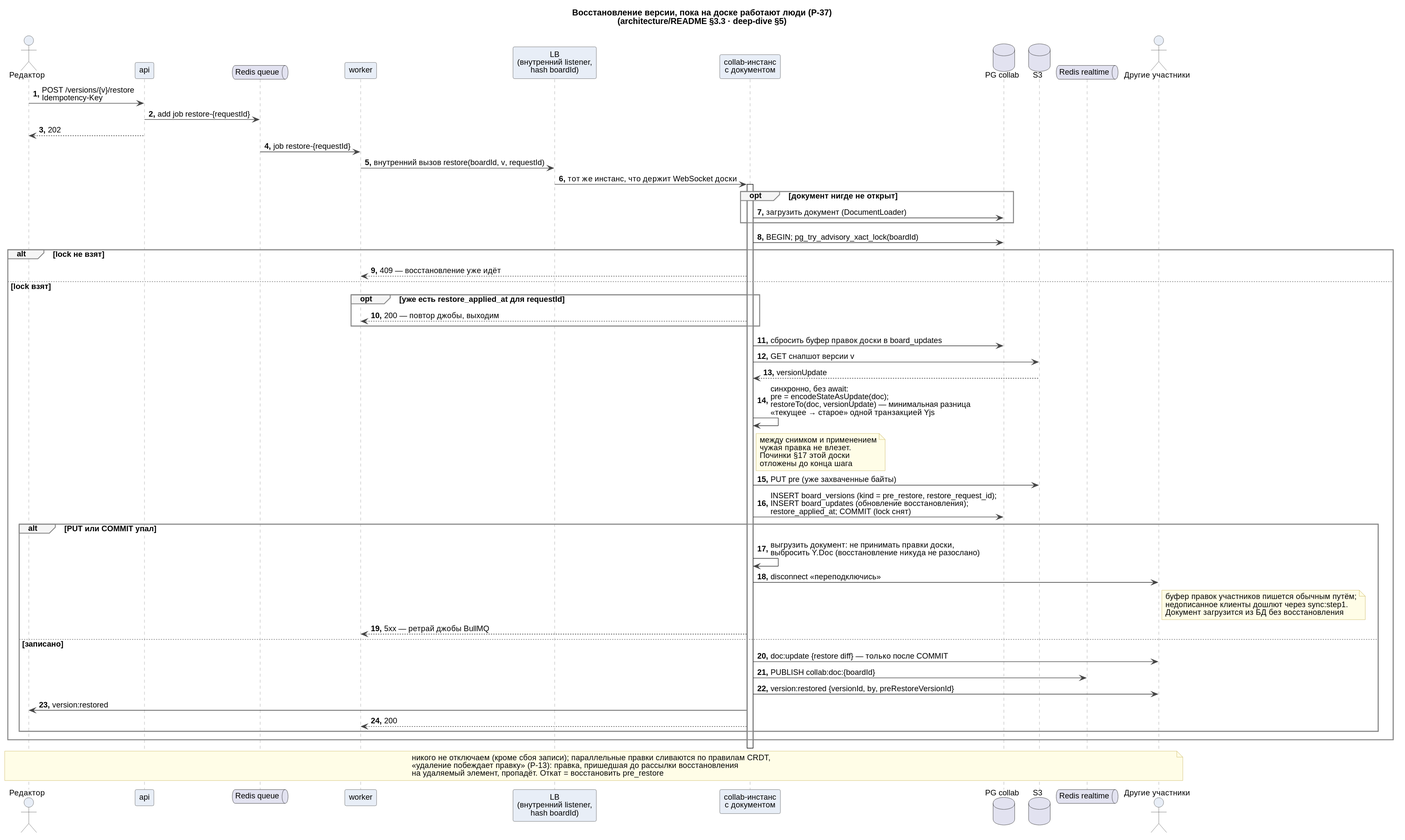
Before: docs/system-design/sequences/detailed/07-version-restore.svg, a diagram exported from PlantUML (fanera-team/fanera). Source of this version:
```plantuml
@startuml
!include ../_style.iuml
title Восстановление версии, пока на доске работают люди (Р-37)\n(architecture/README §3.3 · deep-dive §5)

actor "Редактор" as U
participant "api" as API
queue "Redis queue" as Q
participant "worker" as W
participant "LB\n(внутренний listener,\nhash boardId)" as LB
participant "collab-инстанс\nс документом" as COL
database "PG collab" as PG
database "S3" as S3
queue "Redis realtime" as R
actor "Другие участники" as O

U -> API : POST /versions/{v}/restore\nIdempotency-Key
API -> Q : add job restore-{requestId}
API --> U : 202

Q -> W : job restore-{requestId}
W -> LB : внутренний вызов restore(boardId, v, requestId)
LB -> COL : тот же инстанс, что держит WebSocket доски
activate COL
opt документ нигде не открыт
  COL -> PG : загрузить документ (DocumentLoader)
end
COL -> PG : BEGIN; pg_try_advisory_xact_lock(boardId)
alt lock не взят
  COL --> W : 409 — восстановление уже идёт
else lock взят
  opt уже есть restore_applied_at для requestId
    COL --> W : 200 — повтор джобы, выходим
  end
  COL -> PG : сбросить буфер правок доски в board_updates
  COL -> S3 : GET снапшот версии v
  S3 --> COL : versionUpdate
  COL -> COL : синхронно, без await:\npre = encodeStateAsUpdate(doc);\nrestoreTo(doc, versionUpdate) — минимальная разница\n«текущее → старое» одной транзакцией Yjs
  note right of COL : между снимком и применением\nчужая правка не влезет.\nПочинки §17 этой доски\nотложены до конца шага
  COL -> S3 : PUT pre (уже захваченные байты)
  COL -> PG : INSERT board_versions (kind = pre_restore, restore_request_id);\nINSERT board_updates (обновление восстановления);\nrestore_applied_at; COMMIT (lock снят)
  alt PUT или COMMIT упал
    COL -> COL : выгрузить документ: не принимать правки доски,\nвыбросить Y.Doc (восстановление никуда не разослано)
    COL -> O : disconnect «переподключись»
    note right of O : буфер правок участников пишется обычным путём;\nнедописанное клиенты дошлют через sync:step1.\nДокумент загрузится из БД без восстановления
    COL --> W : 5xx — ретрай джобы BullMQ
  else записано
    COL -> O : doc:update {restore diff} — только после COMMIT
    COL -> R : PUBLISH collab:doc:{boardId}
    COL -> O : version:restored {versionId, by, preRestoreVersionId}
    COL -> U : version:restored
    COL --> W : 200
  end
end
deactivate COL
note over U, O : никого не отключаем (кроме сбоя записи); параллельные правки сливаются по правилам CRDT,\n«удаление побеждает правку» (Р-13): правка, пришедшая до рассылки восстановления\nна удаляемый элемент, пропадёт. Откат = восстановить pre_restore
@enduml
```
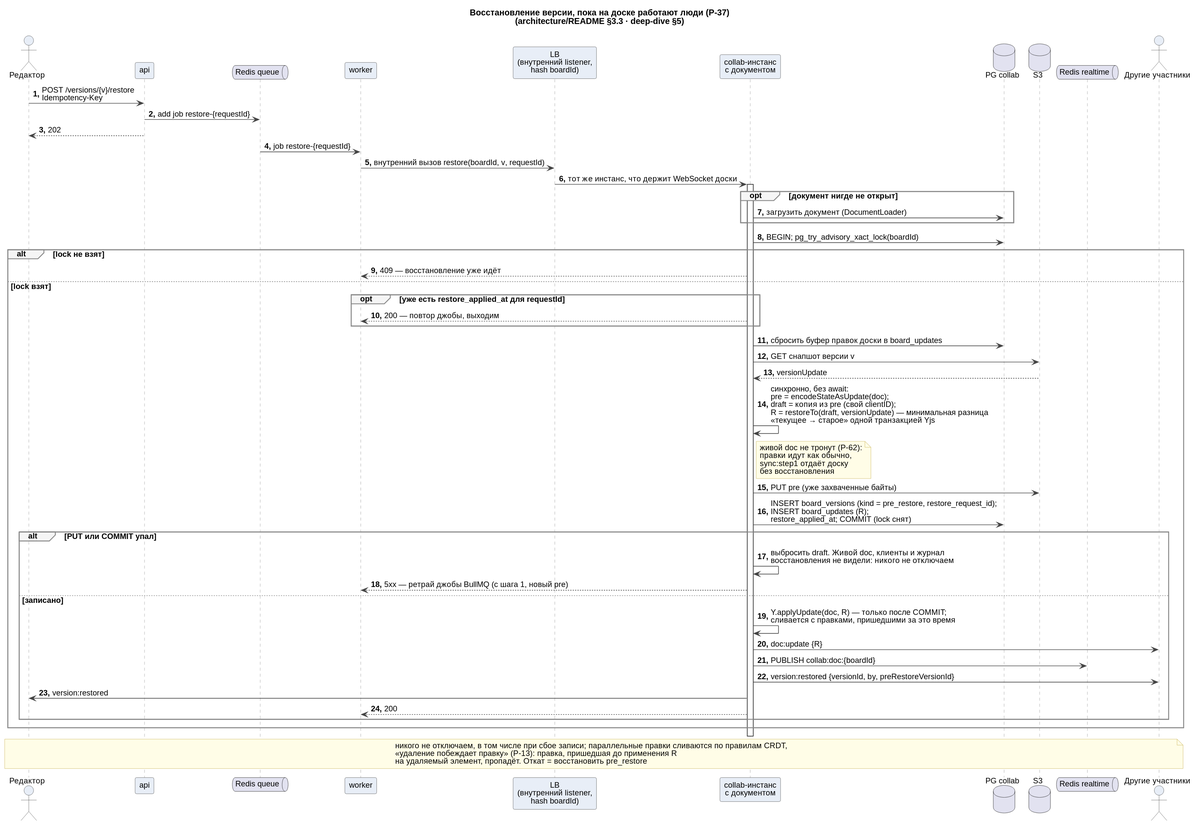
The same file after the commit.

Diff of the diagram source:
```diff
@@ -34,17 +34,16 @@
   COL -> PG : сбросить буфер правок доски в board_updates
   COL -> S3 : GET снапшот версии v
   S3 --> COL : versionUpdate
-  COL -> COL : синхронно, без await:\npre = encodeStateAsUpdate(doc);\nrestoreTo(doc, versionUpdate) — минимальная разница\n«текущее → старое» одной транзакцией Yjs
-  note right of COL : между снимком и применением\nчужая правка не влезет.\nПочинки §17 этой доски\nотложены до конца шага
+  COL -> COL : синхронно, без await:\npre = encodeStateAsUpdate(doc);\ndraft = копия из pre (свой clientID);\nR = restoreTo(draft, versionUpdate) — минимальная разница\n«текущее → старое» одной транзакцией Yjs
+  note right of COL : живой doc не тронут (Р-62):\nправки идут как обычно,\nsync:step1 отдаёт доску\nбез восстановления
   COL -> S3 : PUT pre (уже захваченные байты)
-  COL -> PG : INSERT board_versions (kind = pre_restore, restore_request_id);\nINSERT board_updates (обновление восстановления);\nrestore_applied_at; COMMIT (lock снят)
+  COL -> PG : INSERT board_versions (kind = pre_restore, restore_request_id);\nINSERT board_updates (R);\nrestore_applied_at; COMMIT (lock снят)
   alt PUT или COMMIT упал
-    COL -> COL : выгрузить документ: не принимать правки доски,\nвыбросить Y.Doc (восстановление никуда не разослано)
-    COL -> O : disconnect «переподключись»
-    note right of O : буфер правок участников пишется обычным путём;\nнедописанное клиенты дошлют через sync:step1.\nДокумент загрузится из БД без восстановления
-    COL --> W : 5xx — ретрай джобы BullMQ
+    COL -> COL : выбросить draft. Живой doc, клиенты и журнал\nвосстановления не видели: никого не отключаем
+    COL --> W : 5xx — ретрай джобы BullMQ (с шага 1, новый pre)
   else записано
-    COL -> O : doc:update {restore diff} — только после COMMIT
+    COL -> COL : Y.applyUpdate(doc, R) — только после COMMIT;\nсливается с правками, пришедшими за это время
+    COL -> O : doc:update {R}
     COL -> R : PUBLISH collab:doc:{boardId}
     COL -> O : version:restored {versionId, by, preRestoreVersionId}
     COL -> U : version:restored
@@ -52,5 +51,5 @@
   end
 end
 deactivate COL
-note over U, O : никого не отключаем (кроме сбоя записи); параллельные правки сливаются по правилам CRDT,\n«удаление побеждает правку» (Р-13): правка, пришедшая до рассылки восстановления\nна удаляемый элемент, пропадёт. Откат = восстановить pre_restore
+note over U, O : никого не отключаем, в том числе при сбое записи; параллельные правки сливаются по правилам CRDT,\n«удаление побеждает правку» (Р-13): правка, пришедшая до применения R\nна удаляемый элемент, пропадёт. Откат = восстановить pre_restore
 @enduml
```
